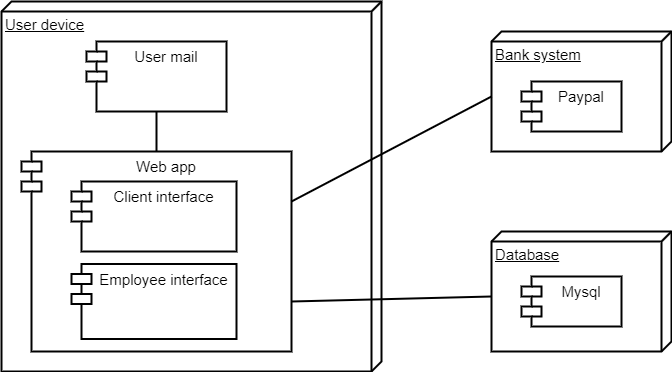
Above: deployment diagram.png in Tony380/Projet6 (draw.io), before the change. Source tidied: cells renumbered, new cells last; positions are measured from the earlier drawing's top-left corner, leaving out a move shared by most shapes. The source it was exported from:
```xml
<mxGraphModel background="#FFFFFF">
  <root>
    <mxCell id="0" />
    <mxCell id="1" parent="0" />
    <mxCell id="2" value="User device" style="verticalAlign=top;align=left;spacingTop=8;spacingLeft=2;spacingRight=12;shape=cube;size=10;direction=south;fontStyle=4;html=1;strokeWidth=2;fontSize=15;" parent="1" vertex="1">
      <mxGeometry width="380" height="370" as="geometry" />
    </mxCell>
    <mxCell id="3" value="Database" style="verticalAlign=top;align=left;spacingTop=8;spacingLeft=2;spacingRight=12;shape=cube;size=10;direction=south;fontStyle=4;html=1;strokeWidth=2;fontSize=15;" parent="1" vertex="1">
      <mxGeometry x="490" y="230" width="180" height="120" as="geometry" />
    </mxCell>
    <mxCell id="4" value="Mysql" style="shape=module;align=left;spacingLeft=20;align=center;verticalAlign=top;strokeWidth=2;fontSize=15;" parent="1" vertex="1">
      <mxGeometry x="520" y="275" width="100" height="50" as="geometry" />
    </mxCell>
    <mxCell id="5" value="Bank system" style="verticalAlign=top;align=left;spacingTop=8;spacingLeft=2;spacingRight=12;shape=cube;size=10;direction=south;fontStyle=4;html=1;strokeWidth=2;fontSize=15;" parent="1" vertex="1">
      <mxGeometry x="490" y="30" width="180" height="120" as="geometry" />
    </mxCell>
    <mxCell id="6" value="Paypal" style="shape=module;align=left;spacingLeft=20;align=center;verticalAlign=top;strokeWidth=2;fontSize=15;" parent="1" vertex="1">
      <mxGeometry x="520" y="80" width="100" height="50" as="geometry" />
    </mxCell>
    <mxCell id="7" value="Web app" style="shape=module;align=left;spacingLeft=20;align=center;verticalAlign=top;strokeWidth=2;fontSize=15;" parent="1" vertex="1">
      <mxGeometry x="20" y="150" width="270" height="200" as="geometry" />
    </mxCell>
    <mxCell id="8" value="Client interface" style="shape=module;align=left;spacingLeft=20;align=center;verticalAlign=top;strokeWidth=2;fontSize=15;" parent="1" vertex="1">
      <mxGeometry x="70" y="180" width="165" height="70" as="geometry" />
    </mxCell>
    <mxCell id="9" value="Employee interface" style="shape=module;align=left;spacingLeft=20;align=center;verticalAlign=top;strokeWidth=2;fontSize=15;" parent="1" vertex="1">
      <mxGeometry x="70" y="262.5" width="165" height="75" as="geometry" />
    </mxCell>
    <mxCell id="10" style="endArrow=none;html=1;entryX=0;entryY=0;entryDx=65;entryDy=180;entryPerimeter=0;exitX=1;exitY=0.25;exitDx=0;exitDy=0;strokeWidth=2;fontSize=15;" parent="1" edge="1" source="7" target="5">
      <mxGeometry relative="1" as="geometry" />
    </mxCell>
    <mxCell id="11" style="endArrow=none;html=1;entryX=0;entryY=0;entryDx=65;entryDy=180;entryPerimeter=0;exitX=1;exitY=0.75;exitDx=0;exitDy=0;strokeWidth=2;fontSize=15;" parent="1" edge="1" source="7" target="3">
      <mxGeometry relative="1" as="geometry" />
    </mxCell>
    <mxCell id="12" value="User mail" style="shape=module;align=left;spacingLeft=20;align=center;verticalAlign=top;strokeWidth=2;fontSize=15;" parent="1" vertex="1">
      <mxGeometry x="85" y="40" width="140" height="70" as="geometry" />
    </mxCell>
    <mxCell id="13" style="endArrow=none;html=1;exitX=0.5;exitY=0;exitDx=0;exitDy=0;entryX=0.5;entryY=1;entryDx=0;entryDy=0;strokeWidth=2;fontSize=15;" parent="1" edge="1" source="7" target="12">
      <mxGeometry relative="1" as="geometry" />
    </mxCell>
  </root>
</mxGraphModel>
```
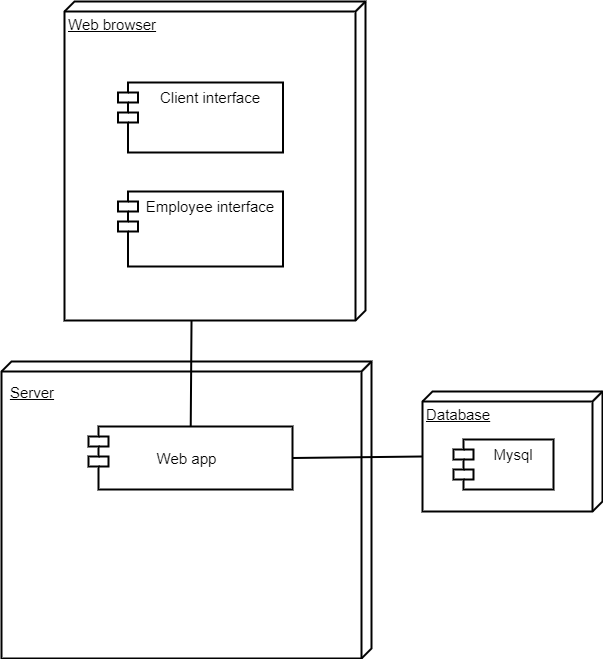
After the commit.

The edit, as a diff of the source:
```diff
@@ -2,41 +2,38 @@
   <root>
     <mxCell id="0" />
     <mxCell id="1" parent="0" />
+    <mxCell id="14" value="Web browser" style="verticalAlign=top;align=left;spacingTop=8;spacingLeft=2;spacingRight=12;shape=cube;size=10;direction=south;fontStyle=4;html=1;strokeWidth=2;fontSize=15;" parent="1" vertex="1">
+      <mxGeometry x="46" y="-214" width="301" height="319" as="geometry" />
+    </mxCell>
-    <mxCell id="2" value="User device" style="verticalAlign=top;align=left;spacingTop=8;spacingLeft=2;spacingRight=12;shape=cube;size=10;direction=south;fontStyle=4;html=1;strokeWidth=2;fontSize=15;" parent="1" vertex="1">
-      <mxGeometry width="380" height="370" as="geometry" />
+    <mxCell id="2" style="verticalAlign=top;align=left;spacingTop=8;spacingLeft=2;spacingRight=12;shape=cube;size=10;direction=south;fontStyle=4;html=1;strokeWidth=2;fontSize=15;" parent="1" vertex="1">
+      <mxGeometry x="-17" y="146" width="370" height="297" as="geometry" />
     </mxCell>
     <mxCell id="3" value="Database" style="verticalAlign=top;align=left;spacingTop=8;spacingLeft=2;spacingRight=12;shape=cube;size=10;direction=south;fontStyle=4;html=1;strokeWidth=2;fontSize=15;" parent="1" vertex="1">
-      <mxGeometry x="490" y="230" width="180" height="120" as="geometry" />
+      <mxGeometry x="404" y="176" width="180" height="120" as="geometry" />
     </mxCell>
     <mxCell id="4" value="Mysql" style="shape=module;align=left;spacingLeft=20;align=center;verticalAlign=top;strokeWidth=2;fontSize=15;" parent="1" vertex="1">
-      <mxGeometry x="520" y="275" width="100" height="50" as="geometry" />
+      <mxGeometry x="435" y="224" width="100" height="50" as="geometry" />
     </mxCell>
-    <mxCell id="5" value="Bank system" style="verticalAlign=top;align=left;spacingTop=8;spacingLeft=2;spacingRight=12;shape=cube;size=10;direction=south;fontStyle=4;html=1;strokeWidth=2;fontSize=15;" parent="1" vertex="1">
-      <mxGeometry x="490" y="30" width="180" height="120" as="geometry" />
-    </mxCell>
-    <mxCell id="6" value="Paypal" style="shape=module;align=left;spacingLeft=20;align=center;verticalAlign=top;strokeWidth=2;fontSize=15;" parent="1" vertex="1">
-      <mxGeometry x="520" y="80" width="100" height="50" as="geometry" />
-    </mxCell>
-    <mxCell id="7" value="Web app" style="shape=module;align=left;spacingLeft=20;align=center;verticalAlign=top;strokeWidth=2;fontSize=15;" parent="1" vertex="1">
-      <mxGeometry x="20" y="150" width="270" height="200" as="geometry" />
+    <mxCell id="7" style="shape=module;align=left;spacingLeft=20;align=center;verticalAlign=top;strokeWidth=2;fontSize=15;" parent="1" vertex="1">
+      <mxGeometry x="70" y="211" width="204" height="63" as="geometry" />
     </mxCell>
     <mxCell id="8" value="Client interface" style="shape=module;align=left;spacingLeft=20;align=center;verticalAlign=top;strokeWidth=2;fontSize=15;" parent="1" vertex="1">
-      <mxGeometry x="70" y="180" width="165" height="70" as="geometry" />
+      <mxGeometry x="99.5" y="-133" width="165" height="70" as="geometry" />
     </mxCell>
     <mxCell id="9" value="Employee interface" style="shape=module;align=left;spacingLeft=20;align=center;verticalAlign=top;strokeWidth=2;fontSize=15;" parent="1" vertex="1">
-      <mxGeometry x="70" y="262.5" width="165" height="75" as="geometry" />
+      <mxGeometry x="99.5" y="-24" width="165" height="75" as="geometry" />
     </mxCell>
-    <mxCell id="10" style="endArrow=none;html=1;entryX=0;entryY=0;entryDx=65;entryDy=180;entryPerimeter=0;exitX=1;exitY=0.25;exitDx=0;exitDy=0;strokeWidth=2;fontSize=15;" parent="1" edge="1" source="7" target="5">
-      <mxGeometry relative="1" as="geometry" />
-    </mxCell>
-    <mxCell id="11" style="endArrow=none;html=1;entryX=0;entryY=0;entryDx=65;entryDy=180;entryPerimeter=0;exitX=1;exitY=0.75;exitDx=0;exitDy=0;strokeWidth=2;fontSize=15;" parent="1" edge="1" source="7" target="3">
+    <mxCell id="11" style="endArrow=none;html=1;entryX=0;entryY=0;entryDx=65;entryDy=180;entryPerimeter=0;exitX=1;exitY=0.5;exitDx=0;exitDy=0;strokeWidth=2;fontSize=15;" parent="1" edge="1" source="7" target="3">
       <mxGeometry relative="1" as="geometry" />
     </mxCell>
-    <mxCell id="12" value="User mail" style="shape=module;align=left;spacingLeft=20;align=center;verticalAlign=top;strokeWidth=2;fontSize=15;" parent="1" vertex="1">
-      <mxGeometry x="85" y="40" width="140" height="70" as="geometry" />
-    </mxCell>
-    <mxCell id="13" style="endArrow=none;html=1;exitX=0.5;exitY=0;exitDx=0;exitDy=0;entryX=0.5;entryY=1;entryDx=0;entryDy=0;strokeWidth=2;fontSize=15;" parent="1" edge="1" source="7" target="12">
-      <mxGeometry relative="1" as="geometry" />
-    </mxCell>
+    <mxCell id="15" value="&lt;u&gt;Server&lt;/u&gt;" style="text;html=1;strokeColor=none;fillColor=none;align=center;verticalAlign=middle;whiteSpace=wrap;rounded=0;strokeWidth=2;fontSize=15;" parent="1" vertex="1">
+      <mxGeometry x="-6" y="167" width="40" height="20" as="geometry" />
+    </mxCell>
+    <mxCell id="16" value="Web app" style="text;html=1;strokeColor=none;fillColor=none;align=center;verticalAlign=middle;whiteSpace=wrap;rounded=0;strokeWidth=2;fontSize=15;" parent="1" vertex="1">
+      <mxGeometry x="135.5" y="232.5" width="65" height="20" as="geometry" />
+    </mxCell>
+    <mxCell id="17" style="endArrow=none;html=1;entryX=1;entryY=0.578;entryDx=0;entryDy=0;entryPerimeter=0;strokeWidth=2;fontSize=15;" parent="1" edge="1" source="7" target="14">
+      <mxGeometry relative="1" as="geometry" />
+    </mxCell>
   </root>
 </mxGraphModel>
```
